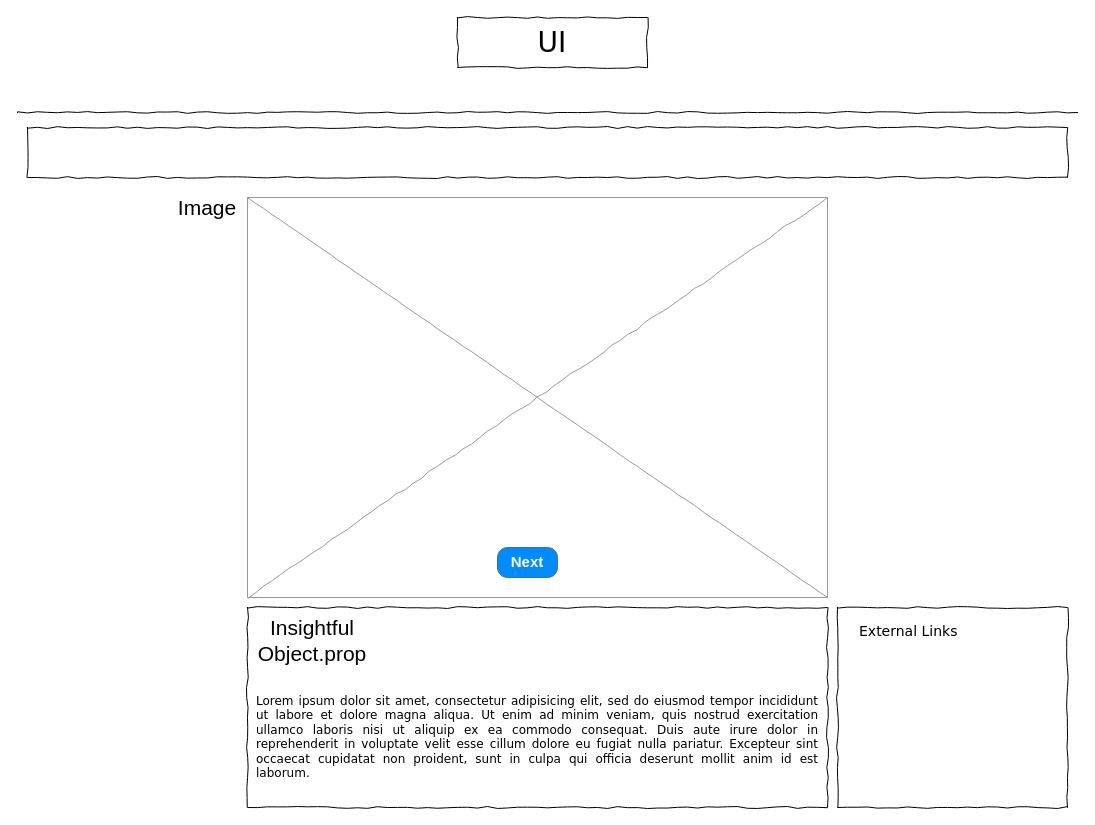
Above: page "Page-1" (1 of 4) of src/Untitled Diagram.drawio in saerx/duchas_photographic_archive_viewer (draw.io), before the change. Source tidied: cells renumbered, new cells numbered last; positions are measured from the earlier drawing's top-left corner, leaving out a move shared by most shapes. Both pictures are drawn from the tidied source at 100%, with x=0, y=0 at pixel (17, 17).
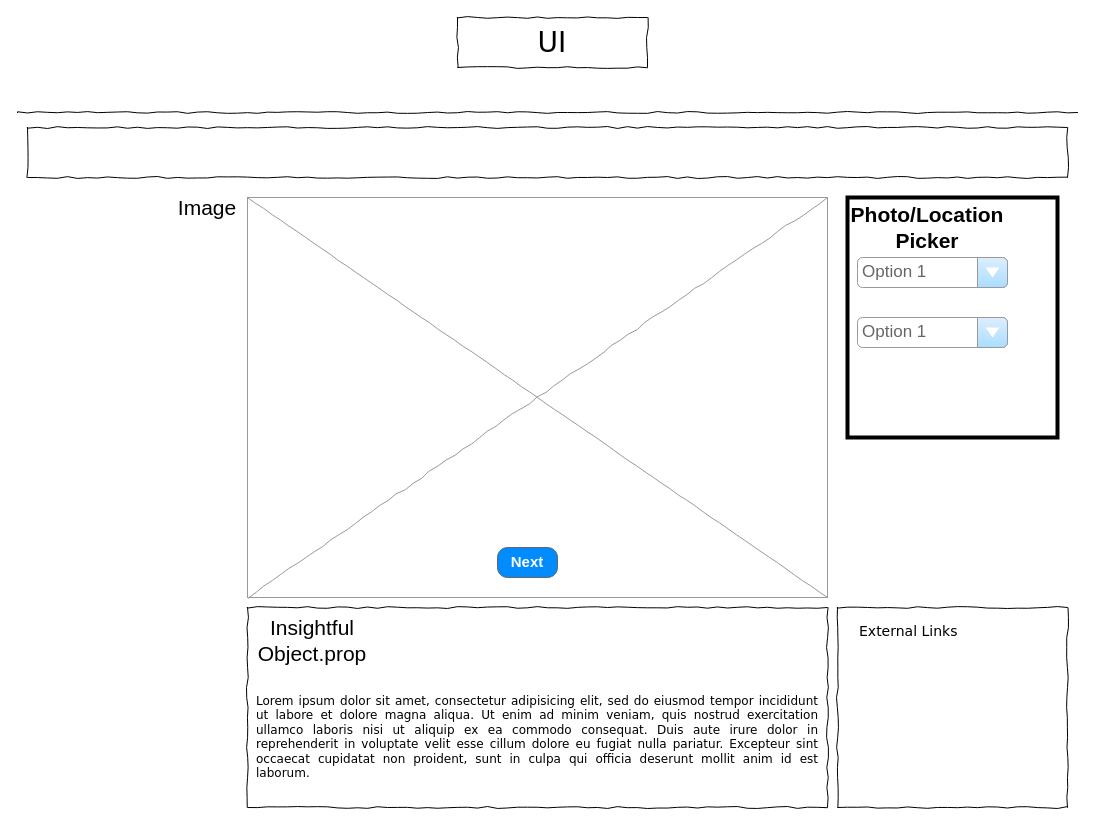
The same page after the edit.

Change to the diagram source:
```diff
@@
 <mxGraphModel background="#ffffff">
   <root>
     <mxCell id="0" />
     <mxCell id="1" parent="0" />
     <mxCell id="2" value="UI" style="whiteSpace=wrap;html=1;rounded=0;shadow=0;labelBackgroundColor=none;strokeWidth=1;fontFamily=Verdana;fontSize=28;align=center;comic=1;" parent="1" vertex="1">
       <mxGeometry x="440" width="190" height="50" as="geometry" />
     </mxCell>
     <mxCell id="3" style="line;strokeWidth=1;html=1;rounded=0;shadow=0;labelBackgroundColor=none;fillColor=none;fontFamily=Verdana;fontSize=14;fontColor=#000000;align=center;comic=1;" parent="1" vertex="1">
       <mxGeometry y="90" width="1060" height="10" as="geometry" />
     </mxCell>
     <mxCell id="4" style="whiteSpace=wrap;html=1;rounded=0;shadow=0;labelBackgroundColor=none;strokeWidth=1;fillColor=none;fontFamily=Verdana;fontSize=12;align=center;comic=1;" parent="1" vertex="1">
       <mxGeometry x="10" y="110" width="1040" height="50" as="geometry" />
     </mxCell>
     <mxCell id="5" value="&lt;div style=&quot;text-align: justify&quot;&gt;&lt;span&gt;&lt;br&gt;&lt;/span&gt;&lt;/div&gt;&lt;div style=&quot;text-align: justify&quot;&gt;&lt;span&gt;&lt;br&gt;&lt;/span&gt;&lt;/div&gt;&lt;div style=&quot;text-align: justify&quot;&gt;&lt;span&gt;&lt;br&gt;&lt;/span&gt;&lt;/div&gt;&lt;div style=&quot;text-align: justify&quot;&gt;&lt;span&gt;&lt;br&gt;&lt;/span&gt;&lt;/div&gt;&lt;div style=&quot;text-align: justify&quot;&gt;&lt;span&gt;&lt;br&gt;&lt;/span&gt;&lt;/div&gt;&lt;div style=&quot;text-align: justify&quot;&gt;&lt;span&gt;Lorem ipsum dolor sit amet, consectetur adipisicing elit, sed do eiusmod tempor incididunt ut labore et dolore magna aliqua. Ut enim ad minim veniam, quis nostrud exercitation ullamco laboris nisi ut aliquip ex ea commodo consequat. Duis aute irure dolor in reprehenderit in voluptate velit esse cillum dolore eu fugiat nulla pariatur. Excepteur sint occaecat cupidatat non proident, sunt in culpa qui officia deserunt mollit anim id est laborum.&lt;/span&gt;&lt;/div&gt;" style="whiteSpace=wrap;html=1;rounded=0;shadow=0;labelBackgroundColor=none;strokeWidth=1;fillColor=none;fontFamily=Verdana;fontSize=12;align=center;verticalAlign=top;spacing=10;comic=1;" parent="1" vertex="1">
       <mxGeometry x="230" y="590" width="580" height="200" as="geometry" />
     </mxCell>
     <mxCell id="6" style="verticalLabelPosition=bottom;shadow=0;dashed=0;align=center;html=1;verticalAlign=top;strokeWidth=1;shape=mxgraph.mockup.graphics.simpleIcon;strokeColor=#999999;rounded=0;labelBackgroundColor=none;fontFamily=Verdana;fontSize=14;fontColor=#000000;comic=1;" parent="1" vertex="1">
       <mxGeometry x="230" y="180" width="580" height="400" as="geometry" />
     </mxCell>
     <mxCell id="7" style="whiteSpace=wrap;html=1;rounded=0;shadow=0;labelBackgroundColor=none;strokeWidth=1;fillColor=none;fontFamily=Verdana;fontSize=12;align=center;comic=1;" parent="1" vertex="1">
       <mxGeometry x="820" y="590" width="230" height="200" as="geometry" />
     </mxCell>
     <mxCell id="8" value="External Links" style="text;html=1;align=left;verticalAlign=top;spacingTop=-4;fontSize=14;fontFamily=Verdana;" parent="1" vertex="1">
       <mxGeometry x="840" y="603" width="170" height="20" as="geometry" />
     </mxCell>
     <mxCell id="9" value="Image" style="text;html=1;strokeColor=none;fillColor=none;align=center;verticalAlign=middle;whiteSpace=wrap;rounded=0;fontSize=21;" parent="1" vertex="1">
       <mxGeometry x="170" y="180" width="40" height="20" as="geometry" />
     </mxCell>
     <mxCell id="10" value="&lt;font style=&quot;font-size: 15px&quot;&gt;Next&lt;/font&gt;" style="strokeWidth=1;shadow=0;dashed=0;align=center;html=1;shape=mxgraph.mockup.buttons.button;strokeColor=#666666;fontColor=#ffffff;mainText=;buttonStyle=round;fontSize=17;fontStyle=1;fillColor=#008cff;whiteSpace=wrap;" parent="1" vertex="1">
       <mxGeometry x="480" y="530" width="60" height="30" as="geometry" />
     </mxCell>
     <mxCell id="11" value="Insightful Object.prop" style="text;html=1;strokeColor=none;fillColor=none;align=center;verticalAlign=middle;whiteSpace=wrap;rounded=0;fontSize=21;" parent="1" vertex="1">
       <mxGeometry x="220" y="603" width="150" height="40" as="geometry" />
     </mxCell>
+    <mxCell id="12" style="rounded=0;whiteSpace=wrap;html=1;strokeWidth=4;fontSize=21;" parent="1" vertex="1">
+      <mxGeometry x="830" y="180" width="210" height="240" as="geometry" />
+    </mxCell>
+    <mxCell id="13" value="Photo/Location Picker" style="text;html=1;strokeColor=none;fillColor=none;align=center;verticalAlign=middle;whiteSpace=wrap;rounded=0;fontSize=21;fontStyle=1;" parent="1" vertex="1">
+      <mxGeometry x="890" y="200" width="40" height="20" as="geometry" />
+    </mxCell>
+    <mxCell id="14" value="Option 1" style="strokeWidth=1;shadow=0;dashed=0;align=center;html=1;shape=mxgraph.mockup.forms.comboBox;strokeColor=#999999;fillColor=#ddeeff;align=left;fillColor2=#aaddff;mainText=;fontColor=#666666;fontSize=17;spacingLeft=3;" parent="1" vertex="1">
+      <mxGeometry x="840" y="240" width="150" height="30" as="geometry" />
+    </mxCell>
+    <mxCell id="15" value="Option 1" style="strokeWidth=1;shadow=0;dashed=0;align=center;html=1;shape=mxgraph.mockup.forms.comboBox;strokeColor=#999999;fillColor=#ddeeff;align=left;fillColor2=#aaddff;mainText=;fontColor=#666666;fontSize=17;spacingLeft=3;" parent="1" vertex="1">
+      <mxGeometry x="840" y="300" width="150" height="30" as="geometry" />
+    </mxCell>
   </root>
 </mxGraphModel>
```
